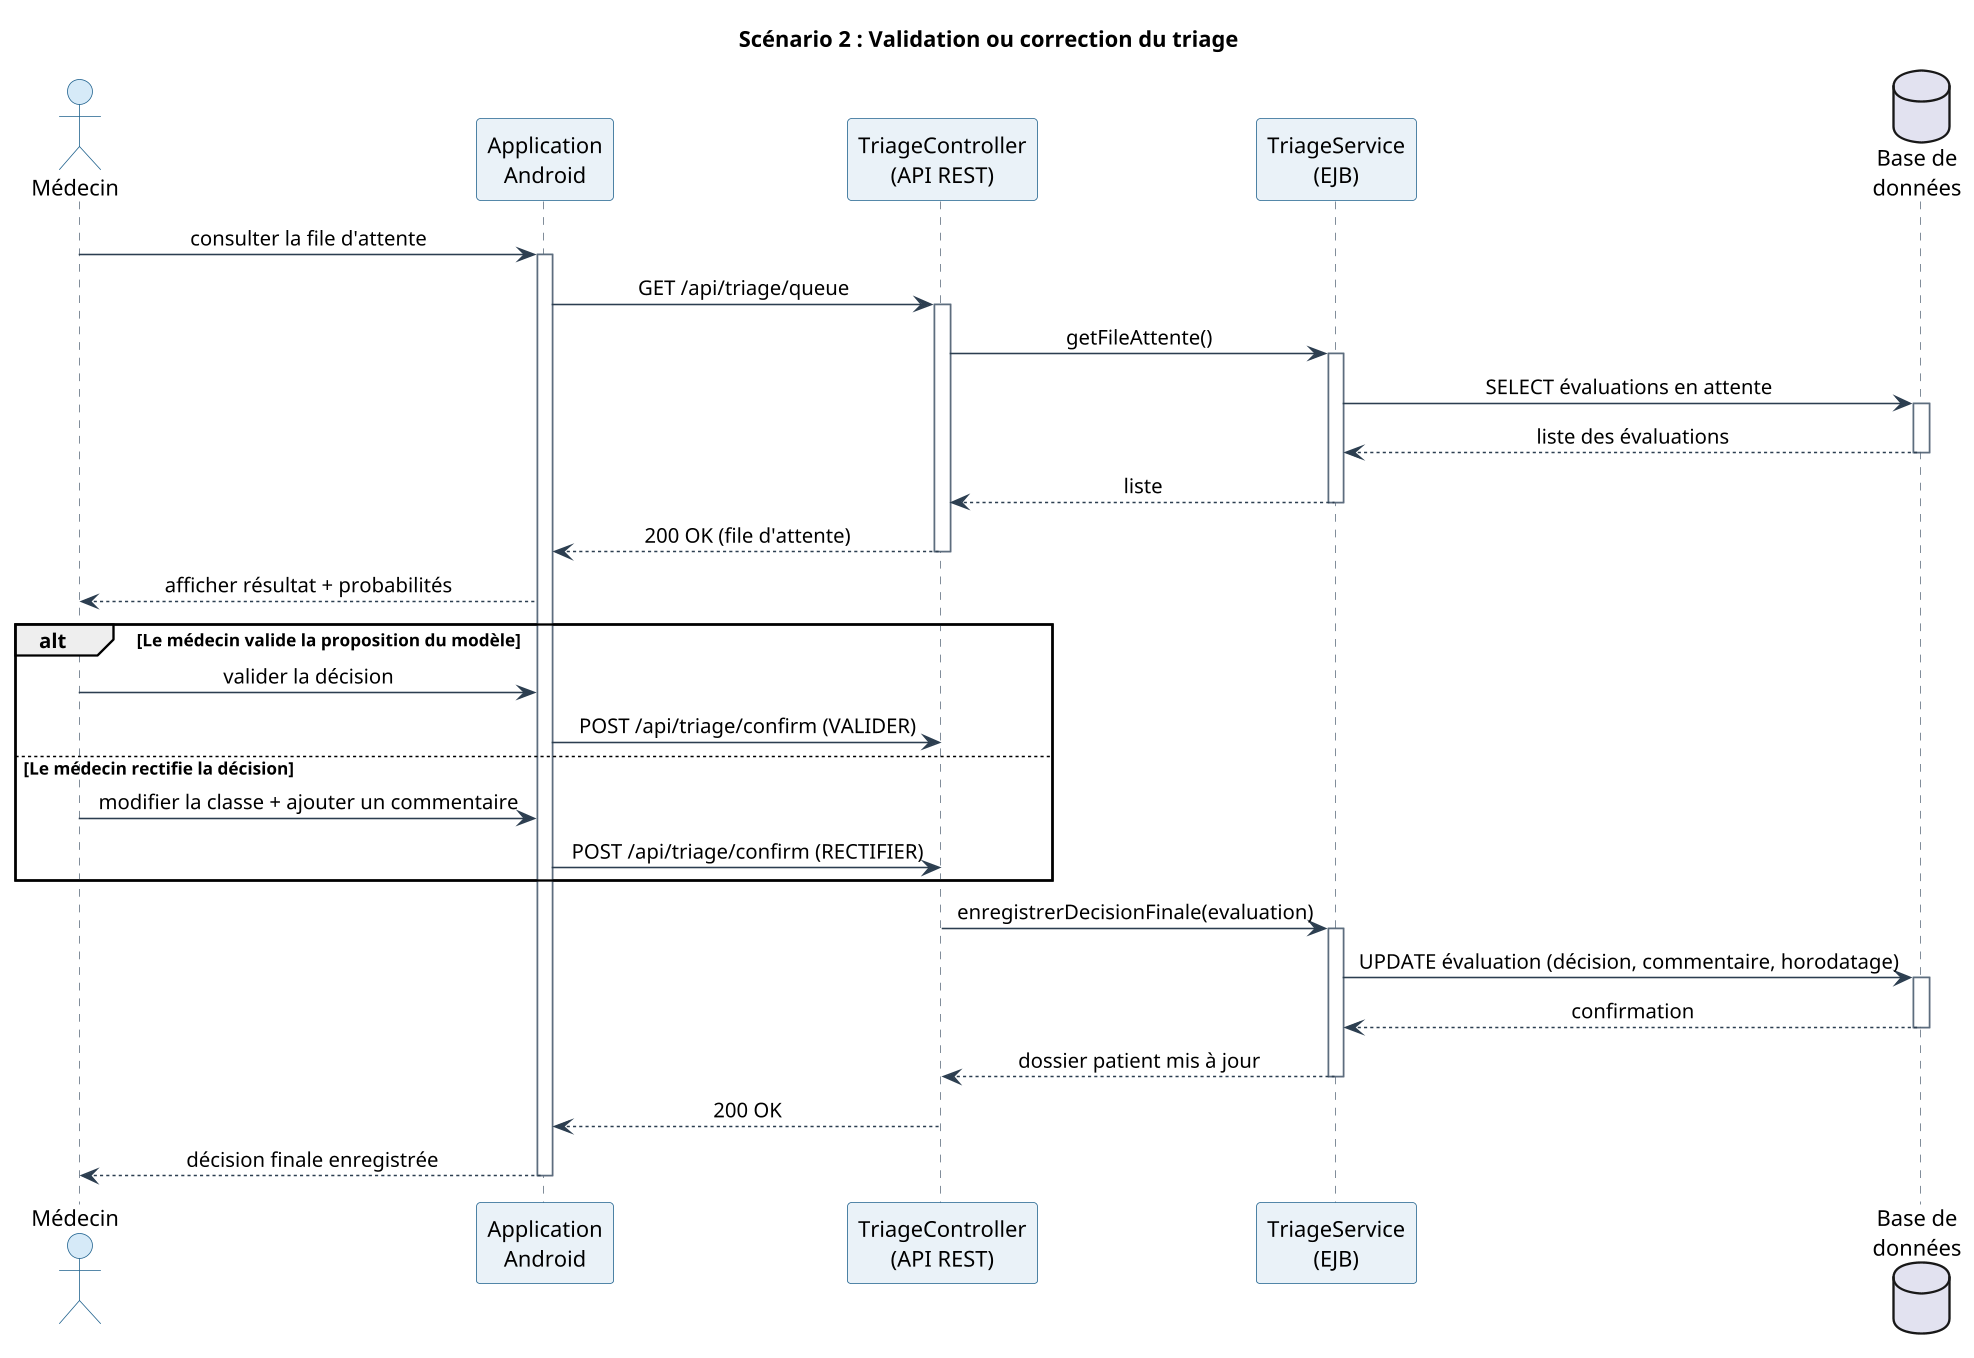
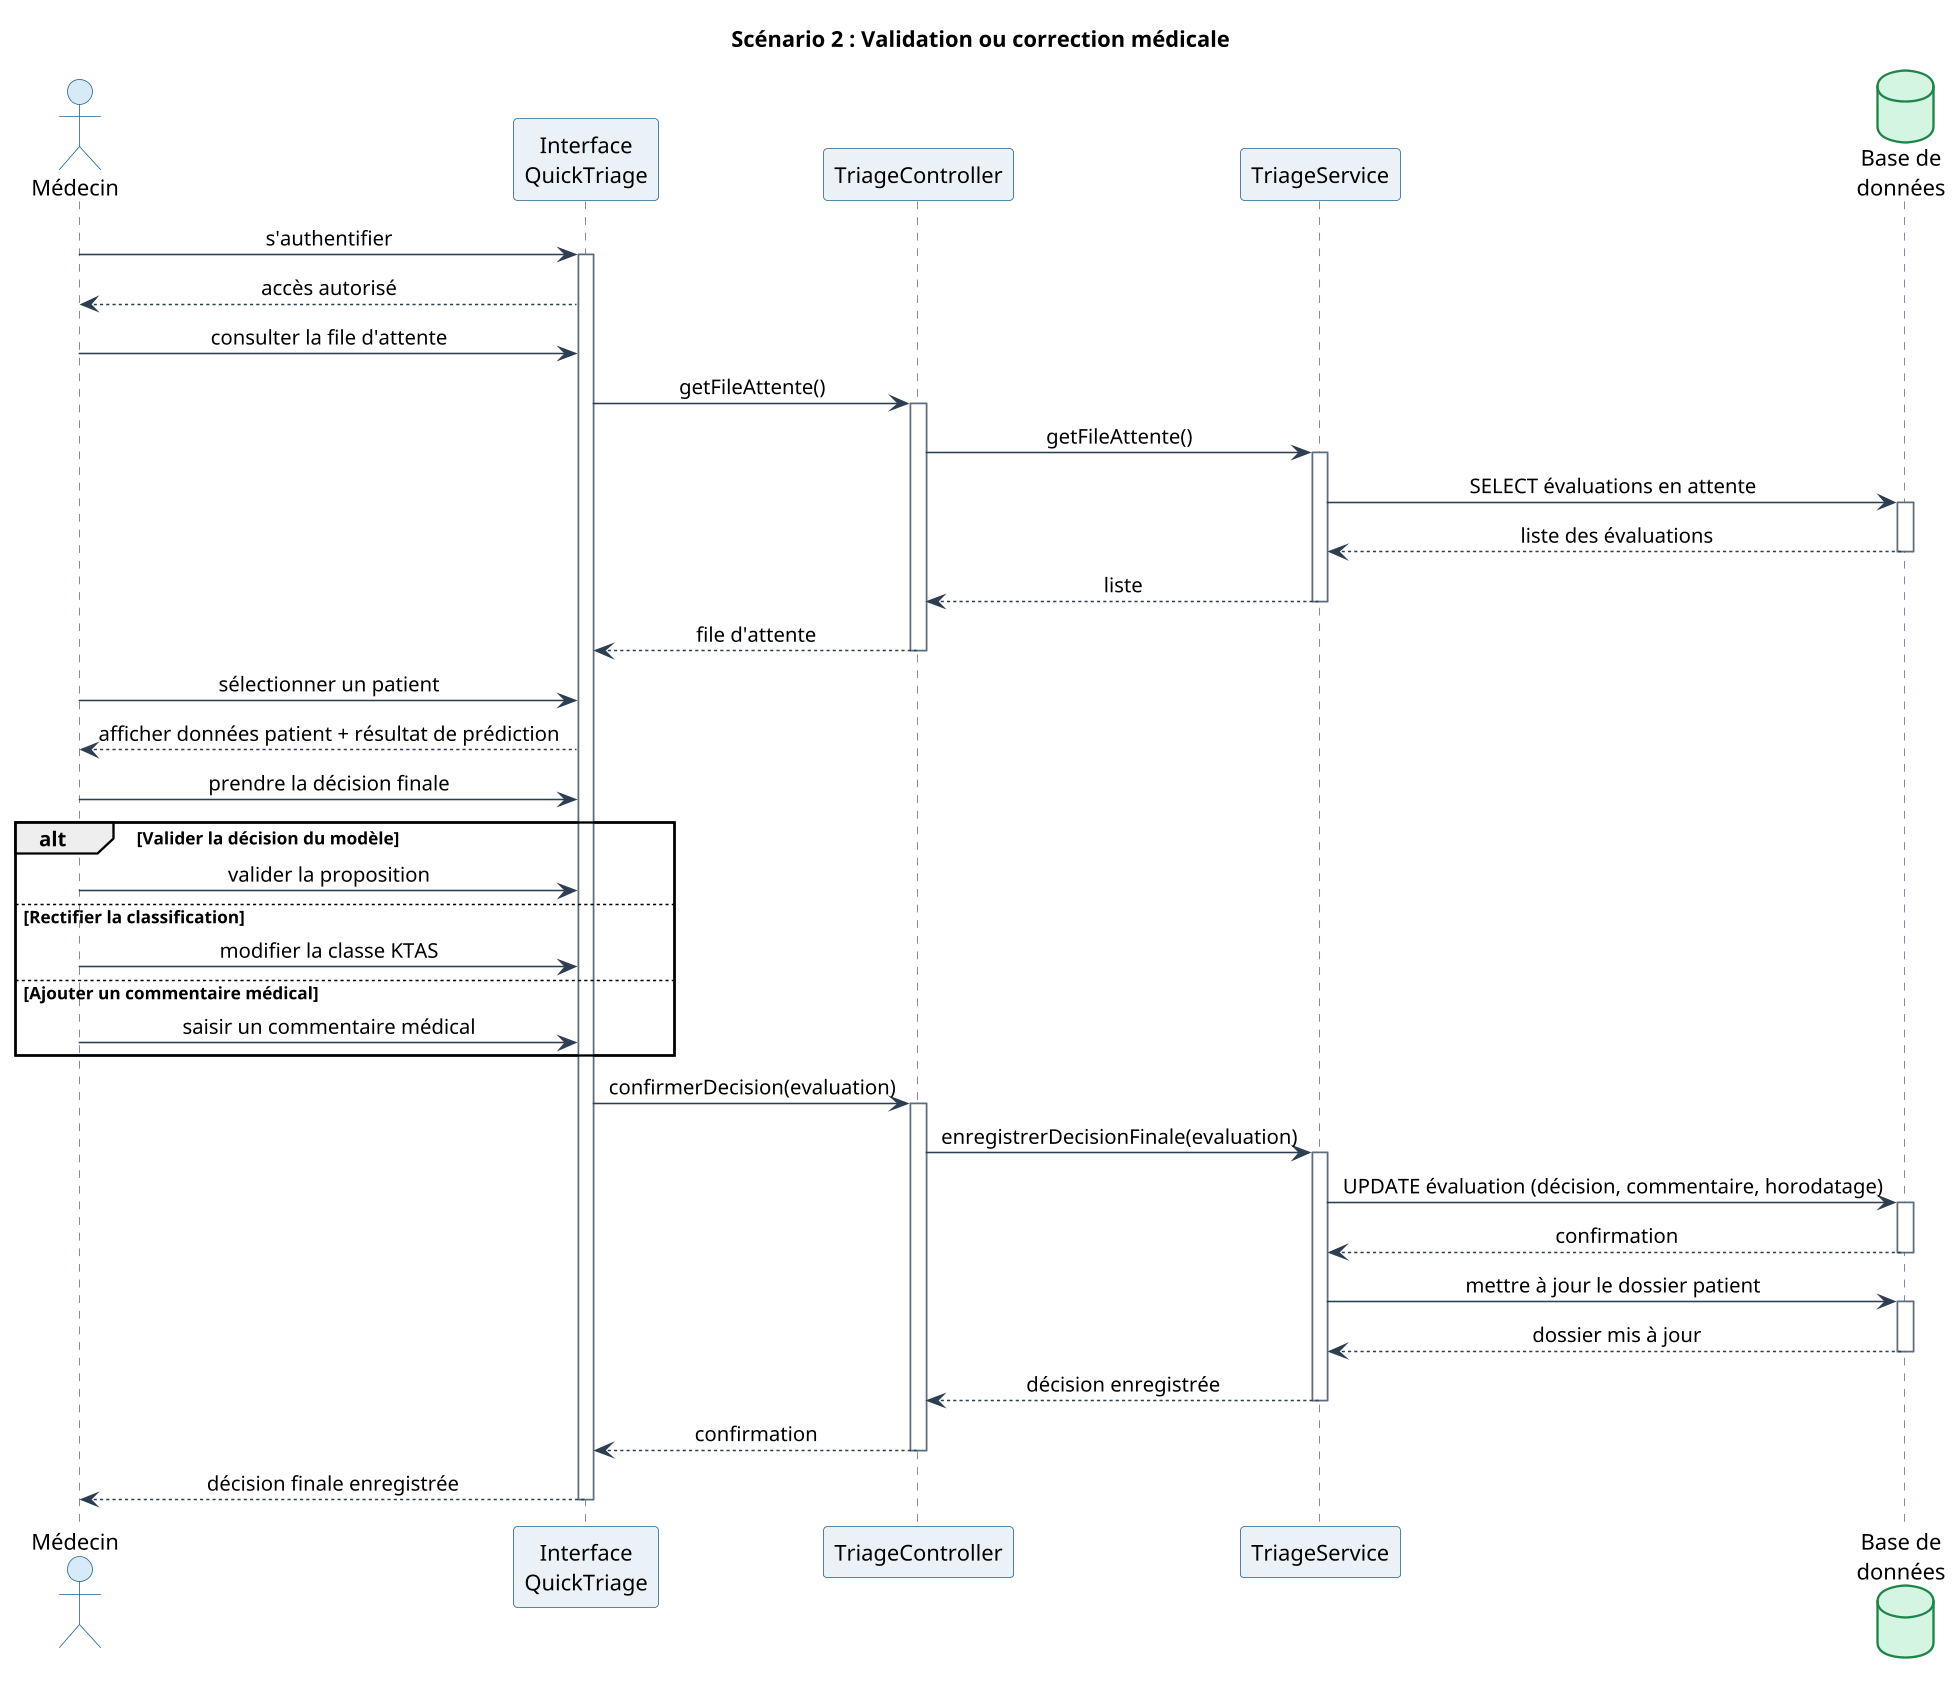
@startuml seq_validation
- title Scénario 2 : Validation ou correction du triage
+ title Scénario 2 : Validation ou correction médicale
skinparam dpi 150
skinparam shadowing false
skinparam defaultFontName Helvetica
skinparam sequenceMessageAlign center
skinparam ParticipantBackgroundColor #EAF2F8
skinparam ParticipantBorderColor #1F618D
skinparam ActorBackgroundColor #D6EAF8
skinparam ActorBorderColor #1F618D
+ skinparam DatabaseBackgroundColor #D5F5E3
+ skinparam DatabaseBorderColor #1E8449
skinparam SequenceLifeLineBorderColor #5D6D7E
skinparam ArrowColor #2C3E50

actor "Médecin" as Doc
- participant "Application\nAndroid" as App
- participant "TriageController\n(API REST)" as Ctrl
- participant "TriageService\n(EJB)" as Svc
+ participant "Interface\nQuickTriage" as UI
+ participant "TriageController" as Ctrl
+ participant "TriageService" as Svc
database "Base de\ndonnées" as DB

- Doc -> App : consulter la file d'attente
- activate App
- App -> Ctrl : GET /api/triage/queue
+ Doc -> UI : s'authentifier
+ activate UI
+ UI --> Doc : accès autorisé
+ 
+ Doc -> UI : consulter la file d'attente
+ UI -> Ctrl : getFileAttente()
activate Ctrl
Ctrl -> Svc : getFileAttente()
activate Svc
Svc -> DB : SELECT évaluations en attente
activate DB
DB --> Svc : liste des évaluations
deactivate DB
Svc --> Ctrl : liste
deactivate Svc
- Ctrl --> App : 200 OK (file d'attente)
+ Ctrl --> UI : file d'attente
deactivate Ctrl
- App --> Doc : afficher résultat + probabilités

- alt Le médecin valide la proposition du modèle
-   Doc -> App : valider la décision
-   App -> Ctrl : POST /api/triage/confirm (VALIDER)
- else Le médecin rectifie la décision
-   Doc -> App : modifier la classe + ajouter un commentaire
-   App -> Ctrl : POST /api/triage/confirm (RECTIFIER)
+ Doc -> UI : sélectionner un patient
+ UI --> Doc : afficher données patient + résultat de prédiction
+ 
+ Doc -> UI : prendre la décision finale
+ 
+ alt Valider la décision du modèle
+   Doc -> UI : valider la proposition
+ else Rectifier la classification
+   Doc -> UI : modifier la classe KTAS
+ else Ajouter un commentaire médical
+   Doc -> UI : saisir un commentaire médical
end

+ UI -> Ctrl : confirmerDecision(evaluation)
activate Ctrl
Ctrl -> Svc : enregistrerDecisionFinale(evaluation)
activate Svc
Svc -> DB : UPDATE évaluation (décision, commentaire, horodatage)
activate DB
DB --> Svc : confirmation
deactivate DB
- Svc --> Ctrl : dossier patient mis à jour
+ Svc -> DB : mettre à jour le dossier patient
+ activate DB
+ DB --> Svc : dossier mis à jour
+ deactivate DB
+ Svc --> Ctrl : décision enregistrée
deactivate Svc
- Ctrl --> App : 200 OK
+ Ctrl --> UI : confirmation
deactivate Ctrl
- App --> Doc : décision finale enregistrée
- deactivate App
+ UI --> Doc : décision finale enregistrée
+ deactivate UI
@enduml
